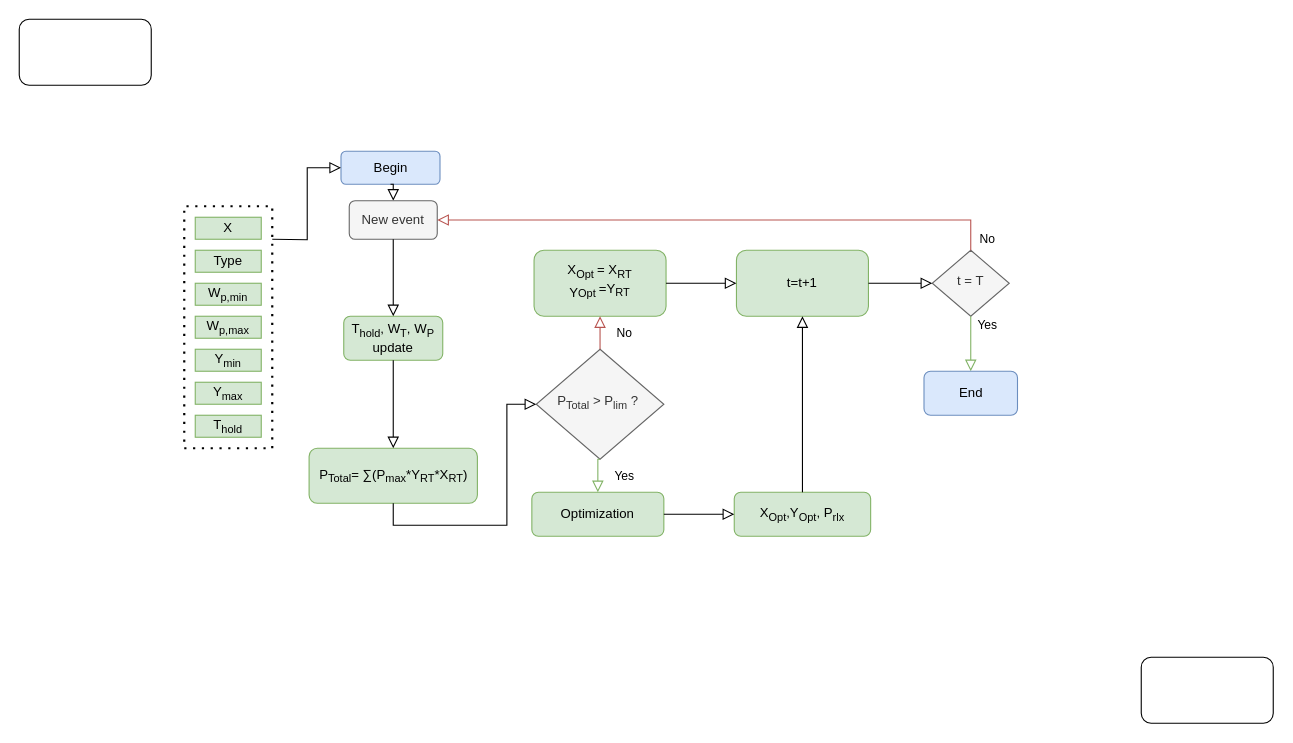
The draw.io diagram Alg_RT.drawio in luistmartins/thesis_ik, before the edit. Source tidied: cells renumbered, new cells numbered last; positions are measured from the earlier drawing's top-left corner, leaving out a move shared by most shapes. Both pictures are drawn from the tidied source at 110%, with x=0, y=0 at pixel (19, 19).
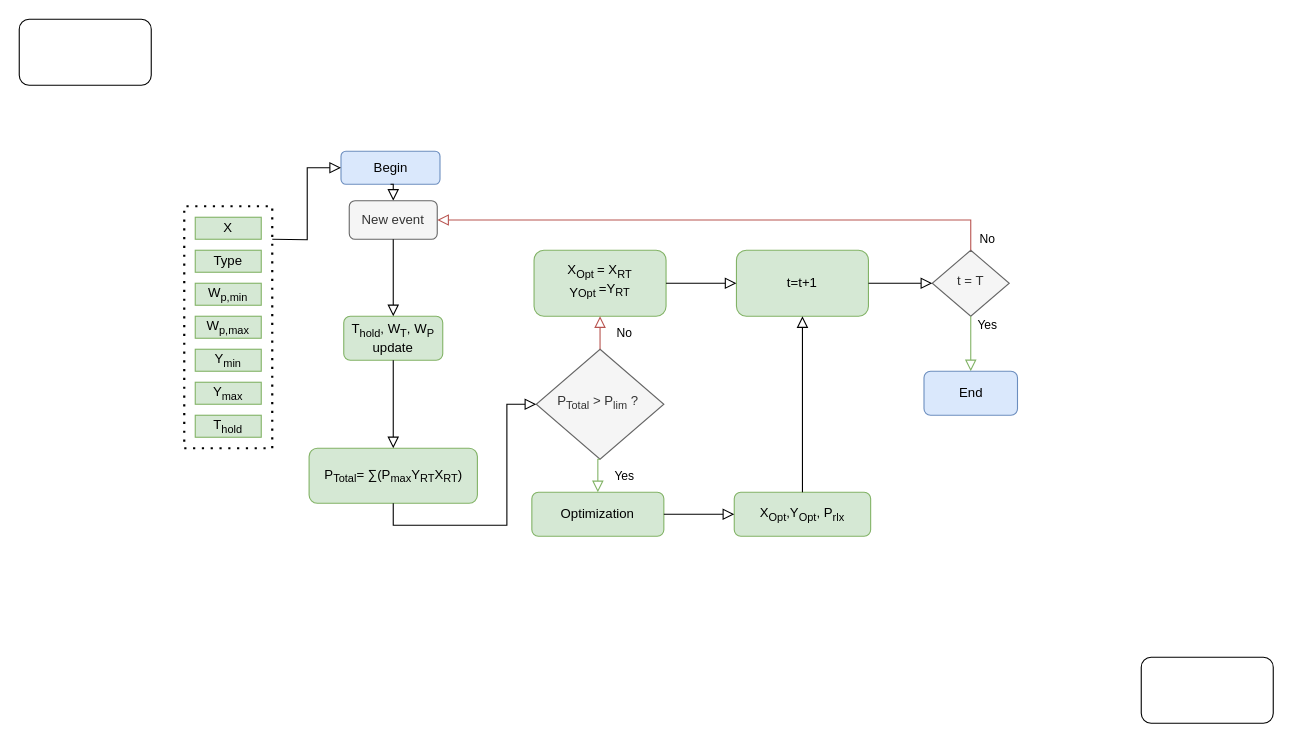
The same page after the edit.

The edit, as a diff of the source:
```diff
@@
-    <mxCell id="15" value="P&lt;sub&gt;Total&lt;/sub&gt;= ∑&lt;span style=&quot;background-color: transparent; color: light-dark(rgb(0, 0, 0), rgb(255, 255, 255));&quot;&gt;(&lt;/span&gt;&lt;span style=&quot;text-align: start; background-color: transparent; color: light-dark(rgb(0, 0, 0), rgb(255, 255, 255));&quot;&gt;P&lt;sub&gt;max&lt;/sub&gt;*&lt;/span&gt;Y&lt;sub&gt;RT&lt;/sub&gt;&lt;span style=&quot;text-align: start; background-color: transparent; color: light-dark(rgb(0, 0, 0), rgb(255, 255, 255));&quot;&gt;*&lt;/span&gt;X&lt;sub&gt;RT&lt;/sub&gt;&lt;span style=&quot;text-align: start; background-color: transparent; color: light-dark(rgb(0, 0, 0), rgb(255, 255, 255));&quot;&gt;)&lt;/span&gt;" style="rounded=1;whiteSpace=wrap;html=1;fontSize=12;glass=0;strokeWidth=1;shadow=0;fillColor=#d5e8d4;strokeColor=#82b366;" parent="1" vertex="1">
+    <mxCell id="15" value="P&lt;sub&gt;Total&lt;/sub&gt;= ∑&lt;span style=&quot;background-color: transparent; color: light-dark(rgb(0, 0, 0), rgb(255, 255, 255));&quot;&gt;(&lt;/span&gt;&lt;span style=&quot;text-align: start; background-color: transparent; color: light-dark(rgb(0, 0, 0), rgb(255, 255, 255));&quot;&gt;P&lt;sub&gt;max&lt;/sub&gt;&lt;/span&gt;Y&lt;sub&gt;RT&lt;/sub&gt;X&lt;sub&gt;RT&lt;/sub&gt;&lt;span style=&quot;text-align: start; background-color: transparent; color: light-dark(rgb(0, 0, 0), rgb(255, 255, 255));&quot;&gt;)&lt;/span&gt;" style="rounded=1;whiteSpace=wrap;html=1;fontSize=12;glass=0;strokeWidth=1;shadow=0;fillColor=#d5e8d4;strokeColor=#82b366;" parent="1" vertex="1">
       <mxGeometry x="263.5" y="390" width="153" height="50" as="geometry" />
     </mxCell>
```
